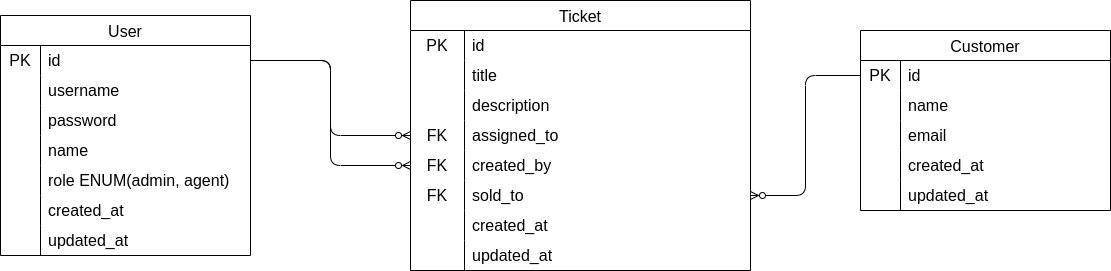
This is diagrams/erd.drawio.png from MoWafy001/softxpert-tickets-django, a draw.io export, as it was before one commit. Source tidied: cells renumbered, new cells last; positions are measured from the earlier drawing's top-left corner, leaving out a move shared by most shapes.
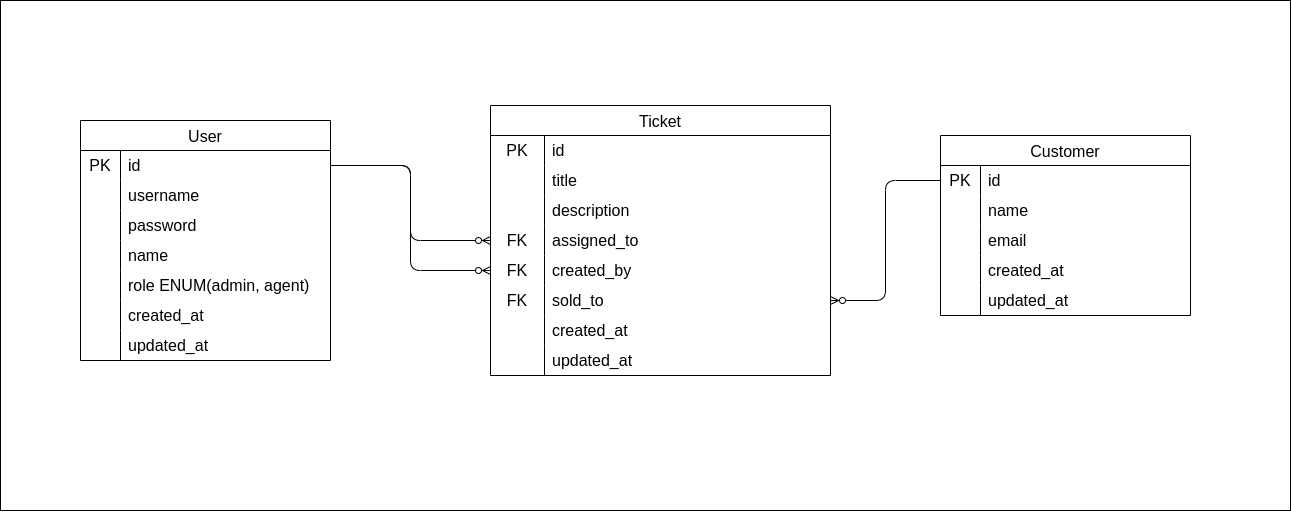
Above is the later version.

Commit message:
update: ERD diagram

Change to the diagram source:
```diff
@@ -1,7 +1,10 @@
-<mxGraphModel>
+<mxGraphModel background="#FFFFFF">
   <root>
     <mxCell id="0" />
     <mxCell id="1" parent="0" />
+    <mxCell id="68" style="rounded=0;whiteSpace=wrap;html=1;" parent="1" vertex="1">
+      <mxGeometry x="-80" y="-105" width="1290" height="510" as="geometry" />
+    </mxCell>
     <mxCell id="2" value="User" style="shape=table;startSize=30;rowLines=0;fontStyle=0;strokeColor=default;fontSize=16;" parent="1" vertex="1">
       <mxGeometry y="15" width="250" height="240" as="geometry" />
     </mxCell>
```
